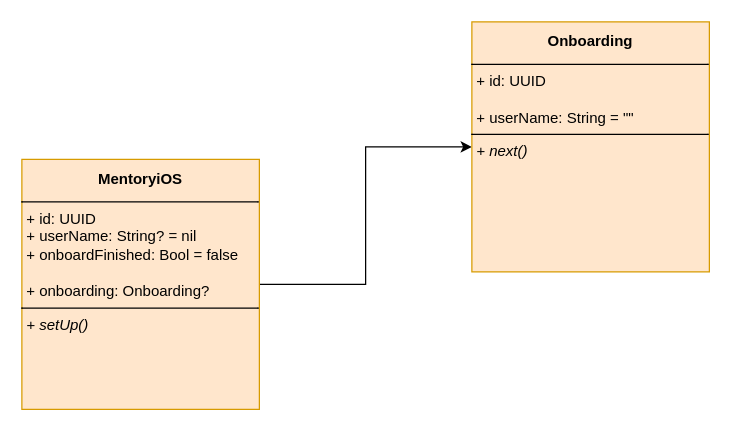
Above: mentory.drawio in mandooplz/mentory (draw.io), before the change. Source tidied: cells renumbered, new cells numbered last; positions are measured from the earlier drawing's top-left corner, leaving out a move shared by most shapes. Both pictures are drawn from the tidied source at 125%, with x=0, y=0 at pixel (21, 21).
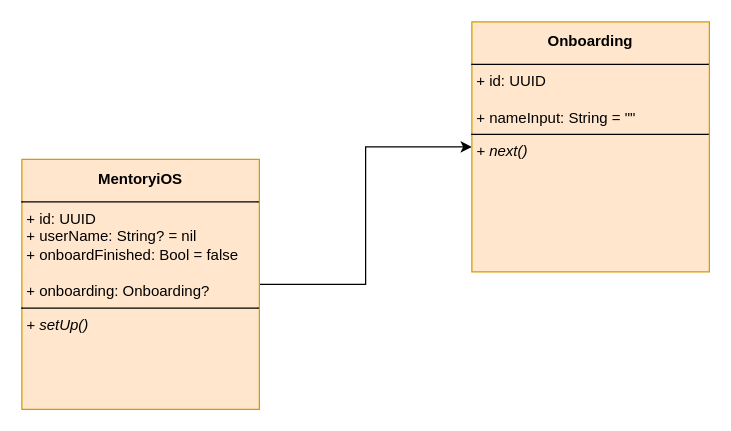
After the change.

Commit message (it also covers changes not shown here):
[FEAT] Onboarding.validateInput() & next() 구현 및 테스트 작성

What changed in the source:
```diff
@@
 <mxGraphModel>
   <root>
     <mxCell id="0" />
     <mxCell id="1" parent="0" />
     <mxCell id="2" style="edgeStyle=orthogonalEdgeStyle;rounded=0;jettySize=auto;html=1;entryX=0;entryY=0.5;entryDx=0;entryDy=0;" parent="1" edge="1" source="3" target="4">
       <mxGeometry relative="1" as="geometry" />
     </mxCell>
     <mxCell id="3" value="&lt;p style=&quot;margin: 4px 0px 0px; text-align: center; line-height: 200%;&quot;&gt;&lt;b&gt;MentoryiOS&lt;/b&gt;&lt;/p&gt;&lt;hr size=&quot;1&quot; style=&quot;border-style:solid;&quot;&gt;&lt;p style=&quot;margin:0px;margin-left:4px;&quot;&gt;+ id: UUID&lt;/p&gt;&lt;p style=&quot;margin:0px;margin-left:4px;&quot;&gt;+ userName: String? = nil&lt;/p&gt;&lt;p style=&quot;margin:0px;margin-left:4px;&quot;&gt;+&amp;nbsp;&lt;span style=&quot;background-color: transparent; color: light-dark(rgb(0, 0, 0), rgb(255, 255, 255));&quot;&gt;onboardFinished: Bool = false&lt;/span&gt;&lt;/p&gt;&lt;p style=&quot;margin:0px;margin-left:4px;&quot;&gt;&lt;br&gt;+ onboarding: Onboarding?&lt;/p&gt;&lt;hr size=&quot;1&quot; style=&quot;border-style:solid;&quot;&gt;&lt;p style=&quot;margin:0px;margin-left:4px;&quot;&gt;&lt;i&gt;+ setUp()&lt;/i&gt;&lt;/p&gt;" style="verticalAlign=top;align=left;overflow=fill;html=1;whiteSpace=wrap;fillColor=#ffe6cc;strokeColor=#d79b00;" parent="1" vertex="1">
       <mxGeometry y="110" width="190" height="200" as="geometry" />
     </mxCell>
-    <mxCell id="4" value="&lt;p style=&quot;margin: 4px 0px 0px; text-align: center; line-height: 200%;&quot;&gt;&lt;b&gt;Onboarding&lt;/b&gt;&lt;/p&gt;&lt;hr size=&quot;1&quot; style=&quot;border-style:solid;&quot;&gt;&lt;p style=&quot;margin:0px;margin-left:4px;&quot;&gt;+ id: UUID&lt;/p&gt;&lt;p style=&quot;margin:0px;margin-left:4px;&quot;&gt;&lt;br&gt;+ userName: String = &quot;&quot;&lt;/p&gt;&lt;hr size=&quot;1&quot; style=&quot;border-style:solid;&quot;&gt;&lt;p style=&quot;margin:0px;margin-left:4px;&quot;&gt;&lt;i&gt;+ next()&lt;/i&gt;&lt;/p&gt;" style="verticalAlign=top;align=left;overflow=fill;html=1;whiteSpace=wrap;fillColor=#ffe6cc;strokeColor=#d79b00;" parent="1" vertex="1">
+    <mxCell id="4" value="&lt;p style=&quot;margin: 4px 0px 0px; text-align: center; line-height: 200%;&quot;&gt;&lt;b&gt;Onboarding&lt;/b&gt;&lt;/p&gt;&lt;hr size=&quot;1&quot; style=&quot;border-style:solid;&quot;&gt;&lt;p style=&quot;margin:0px;margin-left:4px;&quot;&gt;+ id: UUID&lt;/p&gt;&lt;p style=&quot;margin:0px;margin-left:4px;&quot;&gt;&lt;br&gt;+ nameInput: String = &quot;&quot;&lt;/p&gt;&lt;hr size=&quot;1&quot; style=&quot;border-style:solid;&quot;&gt;&lt;p style=&quot;margin:0px;margin-left:4px;&quot;&gt;&lt;i&gt;+ next()&lt;/i&gt;&lt;/p&gt;" style="verticalAlign=top;align=left;overflow=fill;html=1;whiteSpace=wrap;fillColor=#ffe6cc;strokeColor=#d79b00;" parent="1" vertex="1">
       <mxGeometry x="360" width="190" height="200" as="geometry" />
     </mxCell>
   </root>
 </mxGraphModel>
```
